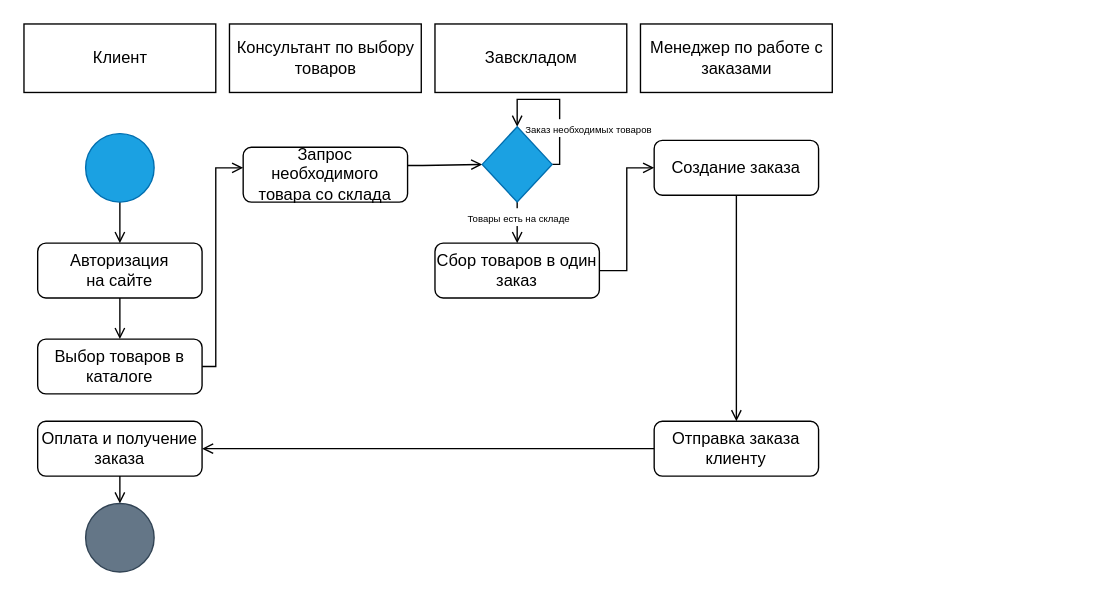
Before: лаб 3.drawio in arn1ee/-1, a draw.io diagram. Source tidied: cells renumbered, new cells numbered last; positions are measured from the earlier drawing's top-left corner, leaving out a move shared by most shapes. Both pictures are drawn from the tidied source at 137%, with x=0, y=0 at pixel (23, 23).
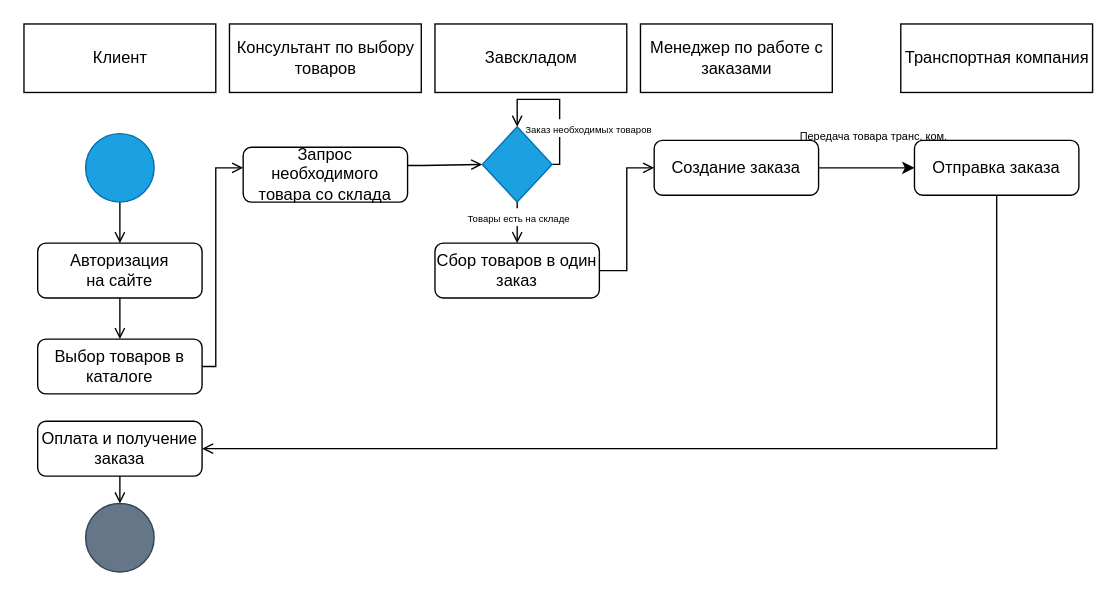
Above is the later version.

Unchanged cells that the change refers to:
```xml
<mxCell id="22" value="Создание заказа" style="rounded=1;whiteSpace=wrap;html=1;" parent="1" vertex="1">
  <mxGeometry x="460" y="85" width="120" height="40" as="geometry" />
</mxCell>
<mxCell id="26" value="Оплата и получение заказа" style="rounded=1;whiteSpace=wrap;html=1;" parent="1" vertex="1">
  <mxGeometry x="10" y="290" width="120" height="40" as="geometry" />
</mxCell>
```

Diff of the diagram source:
```diff
@@
-    <mxCell id="21" style="edgeStyle=orthogonalEdgeStyle;rounded=0;jettySize=auto;html=1;exitX=0.5;exitY=1;exitDx=0;exitDy=0;entryX=0.5;entryY=0;entryDx=0;entryDy=0;fontSize=7;endArrow=open;endFill=0;" parent="1" edge="1" source="22" target="24">
-      <mxGeometry relative="1" as="geometry" />
-    </mxCell>
+    <mxCell id="28" style="edgeStyle=orthogonalEdgeStyle;rounded=0;jettySize=auto;html=1;exitX=1;exitY=0.5;exitDx=0;exitDy=0;entryX=0;entryY=0.5;entryDx=0;entryDy=0;" parent="1" edge="1" source="22" target="31">
+      <mxGeometry relative="1" as="geometry" />
+    </mxCell>
+    <mxCell id="29" value="&lt;font style=&quot;font-size: 8px;&quot;&gt;Передача товара транс. ком.&lt;/font&gt;" style="edgeLabel;html=1;align=center;verticalAlign=middle;" parent="28" vertex="1">
+      <mxGeometry x="-0.16" y="-1" relative="1" as="geometry">
+        <mxPoint x="10" y="-26" as="offset" />
+      </mxGeometry>
+    </mxCell>
@@
-    <mxCell id="23" style="edgeStyle=orthogonalEdgeStyle;rounded=0;jettySize=auto;html=1;exitX=0;exitY=0.5;exitDx=0;exitDy=0;entryX=1;entryY=0.5;entryDx=0;entryDy=0;fontSize=7;endArrow=open;endFill=0;" parent="1" edge="1" source="24" target="26">
+    <mxCell id="23" style="edgeStyle=orthogonalEdgeStyle;rounded=0;jettySize=auto;html=1;exitX=0.5;exitY=1;exitDx=0;exitDy=0;entryX=1;entryY=0.5;entryDx=0;entryDy=0;fontSize=7;endArrow=open;endFill=0;" parent="1" edge="1" source="31" target="26">
       <mxGeometry relative="1" as="geometry" />
     </mxCell>
-    <mxCell id="24" value="Отправка заказа клиенту" style="rounded=1;whiteSpace=wrap;html=1;" parent="1" vertex="1">
-      <mxGeometry x="460" y="290" width="120" height="40" as="geometry" />
-    </mxCell>
@@
+    <mxCell id="30" value="Транспортная компания" style="html=1;" parent="1" vertex="1">
+      <mxGeometry x="640" width="140" height="50" as="geometry" />
+    </mxCell>
+    <mxCell id="31" value="Отправка заказа" style="rounded=1;whiteSpace=wrap;html=1;" parent="1" vertex="1">
+      <mxGeometry x="650" y="85" width="120" height="40" as="geometry" />
+    </mxCell>
```
